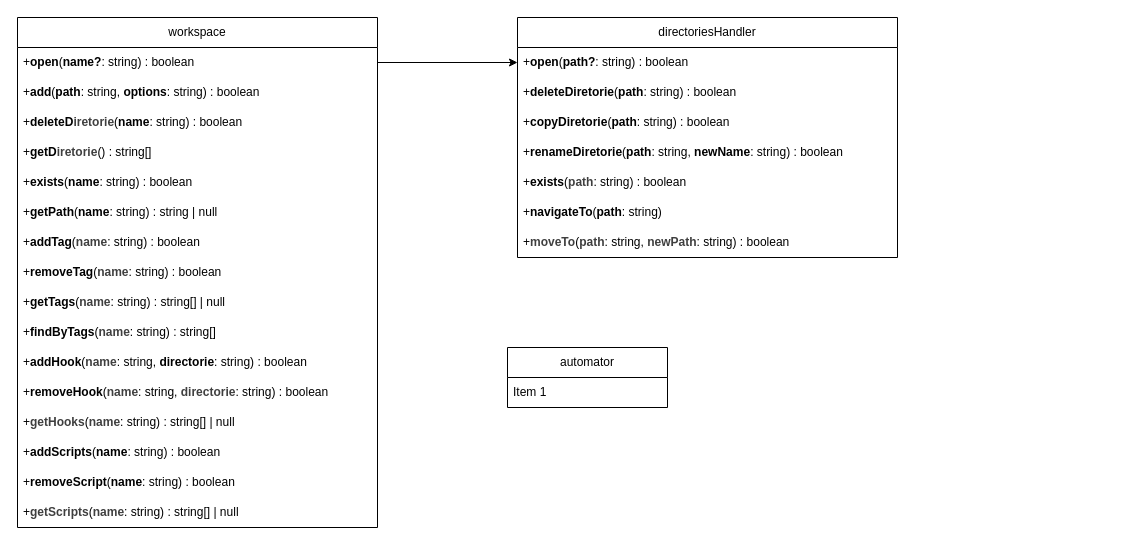
LucasTrino/pjt keeps this draw.io diagram as docs/draws.dio. Above is the earlier version. Source tidied: cells renumbered, new cells numbered last; positions are measured from the earlier drawing's top-left corner, leaving out a move shared by most shapes. Both pictures are drawn from the tidied source at 100%, with x=0, y=0 at pixel (17, 17).
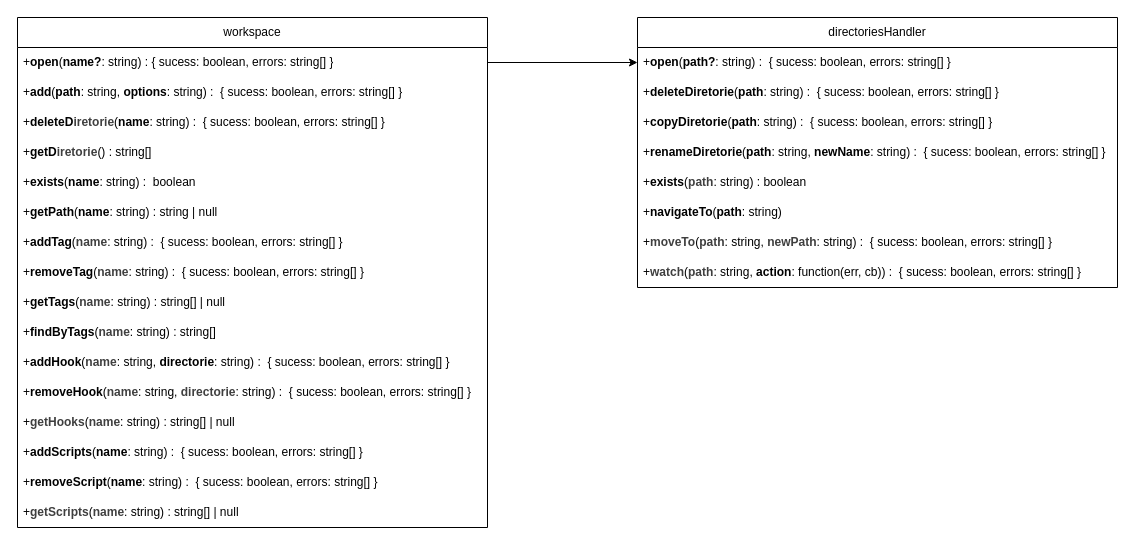
After the change.

Commit message (it also covers changes not shown here):
refactor: remove example.md, add add.md and open.md for directory operations, update draws.dio for improved layout and function signatures, delete teste.js

What changed in the source:
```diff
@@
     <mxCell id="2" value="workspace" style="swimlane;fontStyle=0;horizontal=1;startSize=30;whiteSpace=wrap;html=1;" parent="1" vertex="1">
-      <mxGeometry width="360" height="510" as="geometry" />
+      <mxGeometry width="470" height="510" as="geometry" />
     </mxCell>
-    <mxCell id="3" value="+&lt;b&gt;open&lt;/b&gt;(&lt;b&gt;name?&lt;/b&gt;: string) : boolean" style="text;strokeColor=none;fillColor=none;align=left;verticalAlign=middle;spacingLeft=4;spacingRight=4;overflow=hidden;points=[[0,0.5],[1,0.5]];portConstraint=eastwest;whiteSpace=wrap;html=1;" parent="2" vertex="1">
-      <mxGeometry y="30" width="360" height="30" as="geometry" />
+    <mxCell id="3" value="+&lt;b&gt;open&lt;/b&gt;(&lt;b&gt;name?&lt;/b&gt;: string) : { sucess: boolean, errors: string[] }" style="text;strokeColor=none;fillColor=none;align=left;verticalAlign=middle;spacingLeft=4;spacingRight=4;overflow=hidden;points=[[0,0.5],[1,0.5]];portConstraint=eastwest;whiteSpace=wrap;html=1;" parent="2" vertex="1">
+      <mxGeometry y="30" width="470" height="30" as="geometry" />
     </mxCell>
-    <mxCell id="4" value="+&lt;b&gt;add&lt;/b&gt;(&lt;b&gt;path&lt;/b&gt;: string, &lt;b&gt;options&lt;/b&gt;: string) : boolean" style="text;strokeColor=none;fillColor=none;align=left;verticalAlign=middle;spacingLeft=4;spacingRight=4;overflow=hidden;whiteSpace=wrap;html=1;" parent="2" vertex="1">
-      <mxGeometry y="60" width="360" height="30" as="geometry" />
+    <mxCell id="4" value="+&lt;b&gt;add&lt;/b&gt;(&lt;b&gt;path&lt;/b&gt;: string, &lt;b&gt;options&lt;/b&gt;: string) :&amp;nbsp;&lt;span style=&quot;color: rgb(0, 0, 0);&quot;&gt;&amp;nbsp;{ sucess: boolean, errors: string[] }&lt;/span&gt;" style="text;strokeColor=none;fillColor=none;align=left;verticalAlign=middle;spacingLeft=4;spacingRight=4;overflow=hidden;whiteSpace=wrap;html=1;" parent="2" vertex="1">
+      <mxGeometry y="60" width="470" height="30" as="geometry" />
     </mxCell>
-    <mxCell id="5" value="+&lt;b&gt;deleteD&lt;/b&gt;&lt;b style=&quot;color: rgb(63, 63, 63); scrollbar-color: rgb(226, 226, 226) rgb(251, 251, 251);&quot;&gt;iretorie&lt;/b&gt;(&lt;b&gt;name&lt;/b&gt;: string) : boolean" style="text;strokeColor=none;fillColor=none;align=left;verticalAlign=middle;spacingLeft=4;spacingRight=4;overflow=hidden;whiteSpace=wrap;html=1;" parent="2" vertex="1">
-      <mxGeometry y="90" width="360" height="30" as="geometry" />
+    <mxCell id="5" value="+&lt;b&gt;deleteD&lt;/b&gt;&lt;b style=&quot;color: rgb(63, 63, 63); scrollbar-color: rgb(226, 226, 226) rgb(251, 251, 251);&quot;&gt;iretorie&lt;/b&gt;(&lt;b&gt;name&lt;/b&gt;: string) :&amp;nbsp;&lt;span style=&quot;color: rgb(0, 0, 0);&quot;&gt;&amp;nbsp;{ sucess: boolean, errors: string[] }&lt;/span&gt;" style="text;strokeColor=none;fillColor=none;align=left;verticalAlign=middle;spacingLeft=4;spacingRight=4;overflow=hidden;whiteSpace=wrap;html=1;" parent="2" vertex="1">
+      <mxGeometry y="90" width="470" height="30" as="geometry" />
     </mxCell>
     <mxCell id="6" value="&lt;span style=&quot;color: rgb(0, 0, 0);&quot;&gt;+&lt;b&gt;getD&lt;/b&gt;&lt;b style=&quot;color: rgb(63, 63, 63); scrollbar-color: rgb(226, 226, 226) rgb(251, 251, 251);&quot;&gt;iretorie&lt;/b&gt;() : string[]&lt;/span&gt;" style="text;strokeColor=none;fillColor=none;align=left;verticalAlign=middle;spacingLeft=4;spacingRight=4;overflow=hidden;whiteSpace=wrap;html=1;" parent="2" vertex="1">
-      <mxGeometry y="120" width="360" height="30" as="geometry" />
+      <mxGeometry y="120" width="470" height="30" as="geometry" />
     </mxCell>
-    <mxCell id="7" value="&lt;span style=&quot;color: rgb(0, 0, 0);&quot;&gt;+&lt;b&gt;exists&lt;/b&gt;(&lt;b&gt;name&lt;/b&gt;: string&lt;/span&gt;&lt;span style=&quot;color: rgb(0, 0, 0);&quot;&gt;)&amp;nbsp;&lt;/span&gt;&lt;span style=&quot;scrollbar-color: rgb(226, 226, 226) rgb(251, 251, 251); color: rgb(0, 0, 0);&quot;&gt;: boolean&lt;/span&gt;" style="text;strokeColor=none;fillColor=none;align=left;verticalAlign=middle;spacingLeft=4;spacingRight=4;overflow=hidden;whiteSpace=wrap;html=1;" parent="2" vertex="1">
-      <mxGeometry y="150" width="360" height="30" as="geometry" />
+    <mxCell id="7" value="&lt;span style=&quot;color: rgb(0, 0, 0);&quot;&gt;+&lt;b&gt;exists&lt;/b&gt;(&lt;b&gt;name&lt;/b&gt;: string&lt;/span&gt;&lt;span style=&quot;color: rgb(0, 0, 0);&quot;&gt;)&amp;nbsp;&lt;/span&gt;&lt;span style=&quot;scrollbar-color: rgb(226, 226, 226) rgb(251, 251, 251); color: rgb(0, 0, 0);&quot;&gt;:&amp;nbsp;&lt;/span&gt;&lt;span style=&quot;color: rgb(0, 0, 0);&quot;&gt;&amp;nbsp;boolean&lt;/span&gt;" style="text;strokeColor=none;fillColor=none;align=left;verticalAlign=middle;spacingLeft=4;spacingRight=4;overflow=hidden;whiteSpace=wrap;html=1;" parent="2" vertex="1">
+      <mxGeometry y="150" width="470" height="30" as="geometry" />
     </mxCell>
     <mxCell id="8" value="+&lt;b&gt;getPath&lt;/b&gt;(&lt;b&gt;name&lt;/b&gt;: string) : string | null" style="text;strokeColor=none;fillColor=none;align=left;verticalAlign=middle;spacingLeft=4;spacingRight=4;overflow=hidden;whiteSpace=wrap;html=1;" parent="2" vertex="1">
-      <mxGeometry y="180" width="360" height="30" as="geometry" />
+      <mxGeometry y="180" width="470" height="30" as="geometry" />
     </mxCell>
-    <mxCell id="9" value="+&lt;b&gt;addTag&lt;/b&gt;(&lt;b style=&quot;color: rgb(63, 63, 63); scrollbar-color: rgb(226, 226, 226) rgb(251, 251, 251);&quot;&gt;name&lt;/b&gt;: string) :&amp;nbsp;&lt;span style=&quot;color: rgb(0, 0, 0);&quot;&gt;boolean&lt;/span&gt;" style="text;strokeColor=none;fillColor=none;align=left;verticalAlign=middle;spacingLeft=4;spacingRight=4;overflow=hidden;whiteSpace=wrap;html=1;" parent="2" vertex="1">
-      <mxGeometry y="210" width="360" height="30" as="geometry" />
+    <mxCell id="9" value="+&lt;b&gt;addTag&lt;/b&gt;(&lt;b style=&quot;color: rgb(63, 63, 63); scrollbar-color: rgb(226, 226, 226) rgb(251, 251, 251);&quot;&gt;name&lt;/b&gt;: string) :&amp;nbsp;&lt;span style=&quot;color: rgb(0, 0, 0);&quot;&gt;&amp;nbsp;{ sucess: boolean, errors: string[] }&lt;/span&gt;" style="text;strokeColor=none;fillColor=none;align=left;verticalAlign=middle;spacingLeft=4;spacingRight=4;overflow=hidden;whiteSpace=wrap;html=1;" parent="2" vertex="1">
+      <mxGeometry y="210" width="470" height="30" as="geometry" />
     </mxCell>
-    <mxCell id="10" value="+&lt;b&gt;removeTag&lt;/b&gt;(&lt;b style=&quot;color: rgb(63, 63, 63); scrollbar-color: rgb(226, 226, 226) rgb(251, 251, 251);&quot;&gt;name&lt;/b&gt;: string) :&amp;nbsp;&lt;span style=&quot;color: rgb(0, 0, 0);&quot;&gt;boolean&lt;/span&gt;" style="text;strokeColor=none;fillColor=none;align=left;verticalAlign=middle;spacingLeft=4;spacingRight=4;overflow=hidden;whiteSpace=wrap;html=1;" parent="2" vertex="1">
-      <mxGeometry y="240" width="360" height="30" as="geometry" />
+    <mxCell id="10" value="+&lt;b&gt;removeTag&lt;/b&gt;(&lt;b style=&quot;color: rgb(63, 63, 63); scrollbar-color: rgb(226, 226, 226) rgb(251, 251, 251);&quot;&gt;name&lt;/b&gt;: string) :&amp;nbsp;&lt;span style=&quot;color: rgb(0, 0, 0);&quot;&gt;&amp;nbsp;{ sucess: boolean, errors: string[] }&lt;/span&gt;" style="text;strokeColor=none;fillColor=none;align=left;verticalAlign=middle;spacingLeft=4;spacingRight=4;overflow=hidden;whiteSpace=wrap;html=1;" parent="2" vertex="1">
+      <mxGeometry y="240" width="470" height="30" as="geometry" />
     </mxCell>
     <mxCell id="11" value="+&lt;b&gt;getTags&lt;/b&gt;(&lt;b style=&quot;color: rgb(63, 63, 63); scrollbar-color: rgb(226, 226, 226) rgb(251, 251, 251);&quot;&gt;name&lt;/b&gt;: string) : string[] | null" style="text;strokeColor=none;fillColor=none;align=left;verticalAlign=middle;spacingLeft=4;spacingRight=4;overflow=hidden;whiteSpace=wrap;html=1;" parent="2" vertex="1">
-      <mxGeometry y="270" width="360" height="30" as="geometry" />
+      <mxGeometry y="270" width="470" height="30" as="geometry" />
     </mxCell>
     <mxCell id="12" value="+&lt;b&gt;findByTags&lt;/b&gt;(&lt;b style=&quot;color: rgb(63, 63, 63); scrollbar-color: rgb(226, 226, 226) rgb(251, 251, 251);&quot;&gt;name&lt;/b&gt;: string) :&amp;nbsp;&lt;span style=&quot;color: rgb(0, 0, 0);&quot;&gt;string[]&lt;/span&gt;" style="text;strokeColor=none;fillColor=none;align=left;verticalAlign=middle;spacingLeft=4;spacingRight=4;overflow=hidden;whiteSpace=wrap;html=1;" parent="2" vertex="1">
-      <mxGeometry y="300" width="360" height="30" as="geometry" />
+      <mxGeometry y="300" width="470" height="30" as="geometry" />
     </mxCell>
-    <mxCell id="13" value="+&lt;b&gt;addHook&lt;/b&gt;(&lt;b style=&quot;color: rgb(63, 63, 63); scrollbar-color: rgb(226, 226, 226) rgb(251, 251, 251);&quot;&gt;name&lt;/b&gt;: string, &lt;b&gt;directorie&lt;/b&gt;: string) :&amp;nbsp;&lt;span style=&quot;color: rgb(0, 0, 0);&quot;&gt;boolean&lt;/span&gt;" style="text;strokeColor=none;fillColor=none;align=left;verticalAlign=middle;spacingLeft=4;spacingRight=4;overflow=hidden;whiteSpace=wrap;html=1;" parent="2" vertex="1">
-      <mxGeometry y="330" width="360" height="30" as="geometry" />
+    <mxCell id="13" value="+&lt;b&gt;addHook&lt;/b&gt;(&lt;b style=&quot;color: rgb(63, 63, 63); scrollbar-color: rgb(226, 226, 226) rgb(251, 251, 251);&quot;&gt;name&lt;/b&gt;: string, &lt;b&gt;directorie&lt;/b&gt;: string) :&amp;nbsp;&lt;span style=&quot;color: rgb(0, 0, 0);&quot;&gt;&amp;nbsp;{ sucess: boolean, errors: string[] }&lt;/span&gt;" style="text;strokeColor=none;fillColor=none;align=left;verticalAlign=middle;spacingLeft=4;spacingRight=4;overflow=hidden;whiteSpace=wrap;html=1;" parent="2" vertex="1">
+      <mxGeometry y="330" width="470" height="30" as="geometry" />
     </mxCell>
-    <mxCell id="14" value="+&lt;b&gt;removeHook&lt;/b&gt;(&lt;b style=&quot;scrollbar-color: rgb(226, 226, 226) rgb(251, 251, 251); color: rgb(63, 63, 63);&quot;&gt;name&lt;/b&gt;&lt;span style=&quot;color: rgb(0, 0, 0);&quot;&gt;: string,&amp;nbsp;&lt;/span&gt;&lt;b style=&quot;color: rgb(63, 63, 63); scrollbar-color: rgb(226, 226, 226) rgb(251, 251, 251);&quot;&gt;directorie&lt;/b&gt;&lt;span style=&quot;color: rgb(0, 0, 0);&quot;&gt;: string&lt;/span&gt;) :&amp;nbsp;&lt;span style=&quot;color: rgb(0, 0, 0);&quot;&gt;boolean&lt;/span&gt;" style="text;strokeColor=none;fillColor=none;align=left;verticalAlign=middle;spacingLeft=4;spacingRight=4;overflow=hidden;whiteSpace=wrap;html=1;" parent="2" vertex="1">
-      <mxGeometry y="360" width="360" height="30" as="geometry" />
+    <mxCell id="14" value="+&lt;b&gt;removeHook&lt;/b&gt;(&lt;b style=&quot;scrollbar-color: rgb(226, 226, 226) rgb(251, 251, 251); color: rgb(63, 63, 63);&quot;&gt;name&lt;/b&gt;&lt;span style=&quot;color: rgb(0, 0, 0);&quot;&gt;: string,&amp;nbsp;&lt;/span&gt;&lt;b style=&quot;color: rgb(63, 63, 63); scrollbar-color: rgb(226, 226, 226) rgb(251, 251, 251);&quot;&gt;directorie&lt;/b&gt;&lt;span style=&quot;color: rgb(0, 0, 0);&quot;&gt;: string&lt;/span&gt;) :&amp;nbsp;&lt;span style=&quot;color: rgb(0, 0, 0);&quot;&gt;&amp;nbsp;{ sucess: boolean, errors: string[] }&lt;/span&gt;" style="text;strokeColor=none;fillColor=none;align=left;verticalAlign=middle;spacingLeft=4;spacingRight=4;overflow=hidden;whiteSpace=wrap;html=1;" parent="2" vertex="1">
+      <mxGeometry y="360" width="470" height="30" as="geometry" />
     </mxCell>
     <mxCell id="15" value="&lt;span style=&quot;color: rgb(0, 0, 0);&quot;&gt;+&lt;/span&gt;&lt;b style=&quot;color: rgb(63, 63, 63); scrollbar-color: rgb(226, 226, 226) rgb(251, 251, 251);&quot;&gt;getHooks&lt;/b&gt;&lt;span style=&quot;color: rgb(0, 0, 0);&quot;&gt;(&lt;/span&gt;&lt;b style=&quot;color: rgb(63, 63, 63); scrollbar-color: rgb(226, 226, 226) rgb(251, 251, 251);&quot;&gt;name&lt;/b&gt;&lt;span style=&quot;color: rgb(0, 0, 0);&quot;&gt;: string) : string[] | null&lt;/span&gt;" style="text;strokeColor=none;fillColor=none;align=left;verticalAlign=middle;spacingLeft=4;spacingRight=4;overflow=hidden;whiteSpace=wrap;html=1;" parent="2" vertex="1">
-      <mxGeometry y="390" width="360" height="30" as="geometry" />
+      <mxGeometry y="390" width="470" height="30" as="geometry" />
     </mxCell>
-    <mxCell id="16" value="+&lt;b&gt;addScripts&lt;/b&gt;(&lt;b&gt;name&lt;/b&gt;: string) :&amp;nbsp;&lt;span style=&quot;color: rgb(0, 0, 0);&quot;&gt;boolean&lt;/span&gt;" style="text;strokeColor=none;fillColor=none;align=left;verticalAlign=middle;spacingLeft=4;spacingRight=4;overflow=hidden;whiteSpace=wrap;html=1;" parent="2" vertex="1">
-      <mxGeometry y="420" width="360" height="30" as="geometry" />
+    <mxCell id="16" value="+&lt;b&gt;addScripts&lt;/b&gt;(&lt;b&gt;name&lt;/b&gt;: string) :&amp;nbsp;&lt;span style=&quot;color: rgb(0, 0, 0);&quot;&gt;&amp;nbsp;{ sucess: boolean, errors: string[] }&lt;/span&gt;" style="text;strokeColor=none;fillColor=none;align=left;verticalAlign=middle;spacingLeft=4;spacingRight=4;overflow=hidden;whiteSpace=wrap;html=1;" parent="2" vertex="1">
+      <mxGeometry y="420" width="470" height="30" as="geometry" />
     </mxCell>
-    <mxCell id="17" value="+&lt;b&gt;removeScript&lt;/b&gt;(&lt;b&gt;name&lt;/b&gt;: string) :&amp;nbsp;&lt;span style=&quot;color: rgb(0, 0, 0);&quot;&gt;boolean&lt;/span&gt;" style="text;strokeColor=none;fillColor=none;align=left;verticalAlign=middle;spacingLeft=4;spacingRight=4;overflow=hidden;whiteSpace=wrap;html=1;" parent="2" vertex="1">
-      <mxGeometry y="450" width="360" height="30" as="geometry" />
+    <mxCell id="17" value="+&lt;b&gt;removeScript&lt;/b&gt;(&lt;b&gt;name&lt;/b&gt;: string) :&amp;nbsp;&lt;span style=&quot;color: rgb(0, 0, 0);&quot;&gt;&amp;nbsp;{ sucess: boolean, errors: string[] }&lt;/span&gt;" style="text;strokeColor=none;fillColor=none;align=left;verticalAlign=middle;spacingLeft=4;spacingRight=4;overflow=hidden;whiteSpace=wrap;html=1;" parent="2" vertex="1">
+      <mxGeometry y="450" width="470" height="30" as="geometry" />
     </mxCell>
     <mxCell id="18" value="&lt;span style=&quot;color: rgb(0, 0, 0);&quot;&gt;+&lt;/span&gt;&lt;b style=&quot;color: rgb(63, 63, 63); scrollbar-color: rgb(226, 226, 226) rgb(251, 251, 251);&quot;&gt;getScripts&lt;/b&gt;&lt;span style=&quot;color: rgb(0, 0, 0);&quot;&gt;(&lt;/span&gt;&lt;b style=&quot;color: rgb(63, 63, 63); scrollbar-color: rgb(226, 226, 226) rgb(251, 251, 251);&quot;&gt;name&lt;/b&gt;&lt;span style=&quot;color: rgb(0, 0, 0);&quot;&gt;: string) : string[] | null&lt;/span&gt;" style="text;strokeColor=none;fillColor=none;align=left;verticalAlign=middle;spacingLeft=4;spacingRight=4;overflow=hidden;whiteSpace=wrap;html=1;" parent="2" vertex="1">
-      <mxGeometry y="480" width="360" height="30" as="geometry" />
+      <mxGeometry y="480" width="470" height="30" as="geometry" />
     </mxCell>
     <mxCell id="19" value="directoriesHandler" style="swimlane;fontStyle=0;horizontal=1;startSize=30;whiteSpace=wrap;html=1;" parent="1" vertex="1">
-      <mxGeometry x="500" width="380" height="240" as="geometry" />
+      <mxGeometry x="620" width="480" height="270" as="geometry" />
     </mxCell>
-    <mxCell id="20" value="+&lt;b&gt;open&lt;/b&gt;(&lt;b&gt;path?&lt;/b&gt;: string) : boolean" style="text;strokeColor=none;fillColor=none;align=left;verticalAlign=middle;spacingLeft=4;spacingRight=4;overflow=hidden;points=[[0,0.5],[1,0.5]];portConstraint=eastwest;whiteSpace=wrap;html=1;" parent="19" vertex="1">
-      <mxGeometry y="30" width="380" height="30" as="geometry" />
+    <mxCell id="20" value="+&lt;b&gt;open&lt;/b&gt;(&lt;b&gt;path?&lt;/b&gt;: string) :&amp;nbsp;&lt;span style=&quot;color: rgb(0, 0, 0);&quot;&gt;&amp;nbsp;{ sucess: boolean, errors: string[] }&lt;/span&gt;" style="text;strokeColor=none;fillColor=none;align=left;verticalAlign=middle;spacingLeft=4;spacingRight=4;overflow=hidden;points=[[0,0.5],[1,0.5]];portConstraint=eastwest;whiteSpace=wrap;html=1;" parent="19" vertex="1">
+      <mxGeometry y="30" width="480" height="30" as="geometry" />
     </mxCell>
-    <mxCell id="21" value="+&lt;b&gt;deleteDiretorie&lt;/b&gt;(&lt;b&gt;path&lt;/b&gt;: string)&amp;nbsp;&lt;span style=&quot;color: rgb(0, 0, 0);&quot;&gt;: boolean&lt;/span&gt;" style="text;strokeColor=none;fillColor=none;align=left;verticalAlign=middle;spacingLeft=4;spacingRight=4;overflow=hidden;whiteSpace=wrap;html=1;" parent="19" vertex="1">
-      <mxGeometry y="60" width="380" height="30" as="geometry" />
+    <mxCell id="21" value="+&lt;b&gt;deleteDiretorie&lt;/b&gt;(&lt;b&gt;path&lt;/b&gt;: string)&amp;nbsp;&lt;span style=&quot;color: rgb(0, 0, 0);&quot;&gt;:&amp;nbsp;&lt;/span&gt;&lt;span style=&quot;color: rgb(0, 0, 0);&quot;&gt;&amp;nbsp;{ sucess: boolean, errors: string[] }&lt;/span&gt;" style="text;strokeColor=none;fillColor=none;align=left;verticalAlign=middle;spacingLeft=4;spacingRight=4;overflow=hidden;whiteSpace=wrap;html=1;" parent="19" vertex="1">
+      <mxGeometry y="60" width="480" height="30" as="geometry" />
     </mxCell>
-    <mxCell id="22" value="+&lt;b&gt;copyDiretorie&lt;/b&gt;(&lt;b&gt;path&lt;/b&gt;: string)&amp;nbsp;&lt;span style=&quot;color: rgb(0, 0, 0);&quot;&gt;: boolean&lt;/span&gt;" style="text;strokeColor=none;fillColor=none;align=left;verticalAlign=middle;spacingLeft=4;spacingRight=4;overflow=hidden;whiteSpace=wrap;html=1;" parent="19" vertex="1">
-      <mxGeometry y="90" width="380" height="30" as="geometry" />
+    <mxCell id="22" value="+&lt;b&gt;copyDiretorie&lt;/b&gt;(&lt;b&gt;path&lt;/b&gt;: string)&amp;nbsp;&lt;span style=&quot;color: rgb(0, 0, 0);&quot;&gt;:&amp;nbsp;&lt;/span&gt;&lt;span style=&quot;color: rgb(0, 0, 0);&quot;&gt;&amp;nbsp;{ sucess: boolean, errors: string[] }&lt;/span&gt;" style="text;strokeColor=none;fillColor=none;align=left;verticalAlign=middle;spacingLeft=4;spacingRight=4;overflow=hidden;whiteSpace=wrap;html=1;" parent="19" vertex="1">
+      <mxGeometry y="90" width="480" height="30" as="geometry" />
     </mxCell>
-    <mxCell id="23" value="+&lt;b&gt;renameDiretorie&lt;/b&gt;(&lt;b&gt;path&lt;/b&gt;: string, &lt;b&gt;newName&lt;/b&gt;: string)&amp;nbsp;&lt;span style=&quot;color: rgb(0, 0, 0);&quot;&gt;: boolean&lt;/span&gt;" style="text;strokeColor=none;fillColor=none;align=left;verticalAlign=middle;spacingLeft=4;spacingRight=4;overflow=hidden;whiteSpace=wrap;html=1;" parent="19" vertex="1">
-      <mxGeometry y="120" width="380" height="30" as="geometry" />
+    <mxCell id="23" value="+&lt;b&gt;renameDiretorie&lt;/b&gt;(&lt;b&gt;path&lt;/b&gt;: string, &lt;b&gt;newName&lt;/b&gt;: string)&amp;nbsp;&lt;span style=&quot;color: rgb(0, 0, 0);&quot;&gt;:&amp;nbsp;&lt;/span&gt;&lt;span style=&quot;color: rgb(0, 0, 0);&quot;&gt;&amp;nbsp;{ sucess: boolean, errors: string[] }&lt;/span&gt;" style="text;strokeColor=none;fillColor=none;align=left;verticalAlign=middle;spacingLeft=4;spacingRight=4;overflow=hidden;whiteSpace=wrap;html=1;" parent="19" vertex="1">
+      <mxGeometry y="120" width="480" height="30" as="geometry" />
     </mxCell>
     <mxCell id="24" value="&lt;span style=&quot;color: rgb(0, 0, 0);&quot;&gt;+&lt;b&gt;exists&lt;/b&gt;(&lt;/span&gt;&lt;b style=&quot;color: rgb(63, 63, 63); scrollbar-color: rgb(226, 226, 226) rgb(251, 251, 251);&quot;&gt;path&lt;/b&gt;&lt;span style=&quot;color: rgb(0, 0, 0);&quot;&gt;: string&lt;/span&gt;&lt;span style=&quot;color: rgb(0, 0, 0);&quot;&gt;)&amp;nbsp;&lt;/span&gt;&lt;span style=&quot;scrollbar-color: rgb(226, 226, 226) rgb(251, 251, 251); color: rgb(0, 0, 0);&quot;&gt;: boolean&lt;/span&gt;" style="text;strokeColor=none;fillColor=none;align=left;verticalAlign=middle;spacingLeft=4;spacingRight=4;overflow=hidden;whiteSpace=wrap;html=1;" parent="19" vertex="1">
-      <mxGeometry y="150" width="380" height="30" as="geometry" />
+      <mxGeometry y="150" width="480" height="30" as="geometry" />
     </mxCell>
     <mxCell id="25" value="+&lt;b&gt;navigateTo&lt;/b&gt;(&lt;b&gt;path&lt;/b&gt;: string)" style="text;strokeColor=none;fillColor=none;align=left;verticalAlign=middle;spacingLeft=4;spacingRight=4;overflow=hidden;whiteSpace=wrap;html=1;" parent="19" vertex="1">
-      <mxGeometry y="180" width="380" height="30" as="geometry" />
+      <mxGeometry y="180" width="480" height="30" as="geometry" />
     </mxCell>
+    <mxCell id="30" value="&lt;span style=&quot;color: rgb(0, 0, 0);&quot;&gt;+&lt;/span&gt;&lt;b style=&quot;color: rgb(63, 63, 63); scrollbar-color: rgb(226, 226, 226) rgb(251, 251, 251);&quot;&gt;moveTo&lt;/b&gt;&lt;span style=&quot;color: rgb(0, 0, 0);&quot;&gt;(&lt;/span&gt;&lt;b style=&quot;color: rgb(63, 63, 63); scrollbar-color: rgb(226, 226, 226) rgb(251, 251, 251);&quot;&gt;path&lt;/b&gt;&lt;span style=&quot;color: rgb(0, 0, 0);&quot;&gt;: string,&amp;nbsp;&lt;/span&gt;&lt;b style=&quot;color: rgb(63, 63, 63); scrollbar-color: rgb(226, 226, 226) rgb(251, 251, 251);&quot;&gt;newPath&lt;/b&gt;&lt;span style=&quot;color: rgb(0, 0, 0);&quot;&gt;: string)&amp;nbsp;&lt;/span&gt;&lt;span style=&quot;scrollbar-color: rgb(226, 226, 226) rgb(251, 251, 251); color: rgb(0, 0, 0);&quot;&gt;:&amp;nbsp;&lt;/span&gt;&lt;span style=&quot;color: rgb(0, 0, 0);&quot;&gt;&amp;nbsp;{ sucess: boolean, errors: string[] }&lt;/span&gt;" style="text;strokeColor=none;fillColor=none;align=left;verticalAlign=middle;spacingLeft=4;spacingRight=4;overflow=hidden;whiteSpace=wrap;html=1;" parent="19" vertex="1">
+      <mxGeometry y="210" width="480" height="30" as="geometry" />
+    </mxCell>
-    <mxCell id="26" value="&lt;span style=&quot;color: rgb(0, 0, 0);&quot;&gt;+&lt;/span&gt;&lt;b style=&quot;color: rgb(63, 63, 63); scrollbar-color: rgb(226, 226, 226) rgb(251, 251, 251);&quot;&gt;moveTo&lt;/b&gt;&lt;span style=&quot;color: rgb(0, 0, 0);&quot;&gt;(&lt;/span&gt;&lt;b style=&quot;color: rgb(63, 63, 63); scrollbar-color: rgb(226, 226, 226) rgb(251, 251, 251);&quot;&gt;path&lt;/b&gt;&lt;span style=&quot;color: rgb(0, 0, 0);&quot;&gt;: string,&amp;nbsp;&lt;/span&gt;&lt;b style=&quot;color: rgb(63, 63, 63); scrollbar-color: rgb(226, 226, 226) rgb(251, 251, 251);&quot;&gt;newPath&lt;/b&gt;&lt;span style=&quot;color: rgb(0, 0, 0);&quot;&gt;: string)&amp;nbsp;&lt;/span&gt;&lt;span style=&quot;scrollbar-color: rgb(226, 226, 226) rgb(251, 251, 251); color: rgb(0, 0, 0);&quot;&gt;: boolean&lt;/span&gt;" style="text;strokeColor=none;fillColor=none;align=left;verticalAlign=middle;spacingLeft=4;spacingRight=4;overflow=hidden;whiteSpace=wrap;html=1;" parent="19" vertex="1">
-      <mxGeometry y="210" width="380" height="30" as="geometry" />
+    <mxCell id="26" value="&lt;span style=&quot;color: rgb(0, 0, 0);&quot;&gt;+&lt;/span&gt;&lt;b style=&quot;color: rgb(63, 63, 63); scrollbar-color: rgb(226, 226, 226) rgb(251, 251, 251);&quot;&gt;watch&lt;/b&gt;&lt;span style=&quot;color: rgb(0, 0, 0);&quot;&gt;(&lt;/span&gt;&lt;b style=&quot;color: rgb(63, 63, 63); scrollbar-color: rgb(226, 226, 226) rgb(251, 251, 251);&quot;&gt;path&lt;/b&gt;&lt;span style=&quot;color: rgb(0, 0, 0);&quot;&gt;: string, &lt;b&gt;action&lt;/b&gt;: function(err, cb)&lt;/span&gt;&lt;span style=&quot;color: rgb(0, 0, 0);&quot;&gt;)&amp;nbsp;&lt;/span&gt;&lt;span style=&quot;scrollbar-color: rgb(226, 226, 226) rgb(251, 251, 251); color: rgb(0, 0, 0);&quot;&gt;:&amp;nbsp;&lt;/span&gt;&lt;span style=&quot;color: rgb(0, 0, 0);&quot;&gt;&amp;nbsp;{ sucess: boolean, errors: string[] }&lt;/span&gt;" style="text;strokeColor=none;fillColor=none;align=left;verticalAlign=middle;spacingLeft=4;spacingRight=4;overflow=hidden;whiteSpace=wrap;html=1;" parent="19" vertex="1">
+      <mxGeometry y="240" width="480" height="30" as="geometry" />
     </mxCell>
@@
-    <mxCell id="28" value="automator" style="swimlane;fontStyle=0;horizontal=1;startSize=30;whiteSpace=wrap;html=1;" parent="1" vertex="1">
-      <mxGeometry x="490" y="330" width="160" height="60" as="geometry" />
-    </mxCell>
-    <mxCell id="29" value="Item 1" style="text;strokeColor=none;fillColor=none;align=left;verticalAlign=middle;spacingLeft=4;spacingRight=4;overflow=hidden;whiteSpace=wrap;html=1;" parent="28" vertex="1">
-      <mxGeometry y="30" width="160" height="30" as="geometry" />
-    </mxCell>
```
